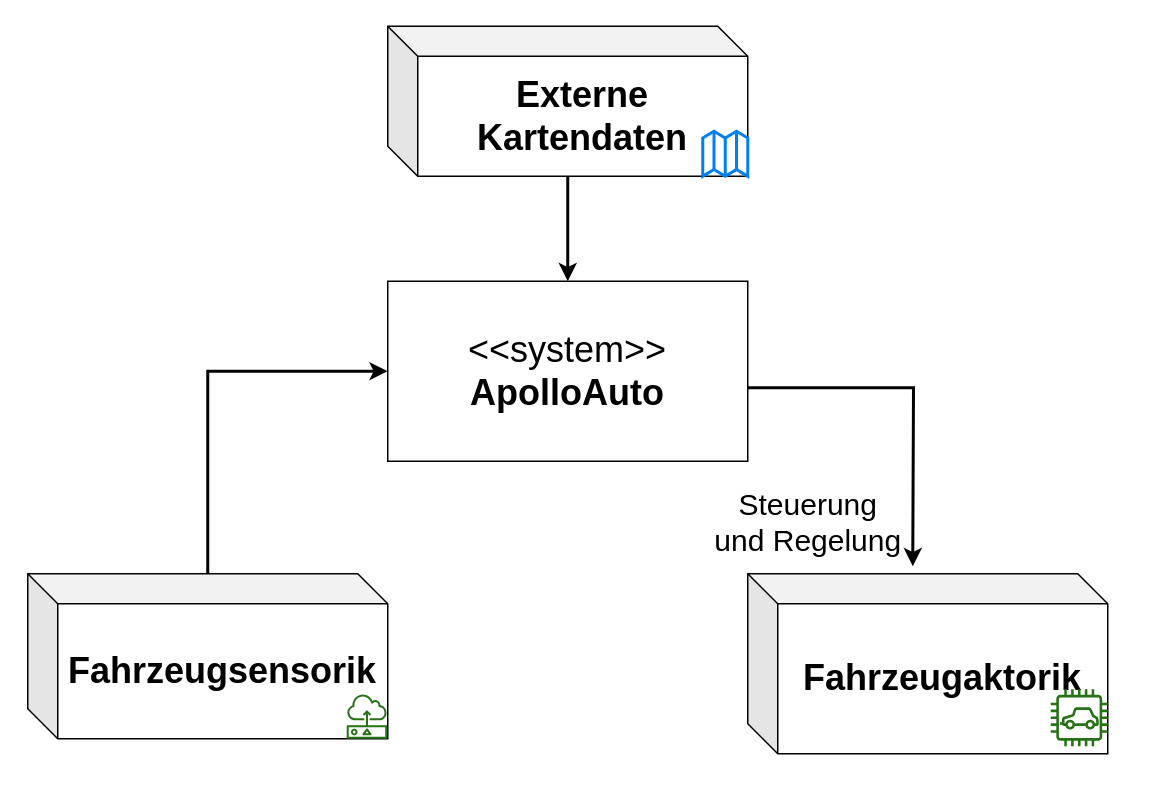
The draw.io diagram images/Fachlicher Kontext.drawio in Apollak11/arc42-asciidoc-apolloauto-SSIM, before the edit. Source tidied: cells renumbered, new cells numbered last; positions are measured from the earlier drawing's top-left corner, leaving out a move shared by most shapes. Both pictures are drawn from the tidied source at 150%, with x=0, y=0 at pixel (27, 26).
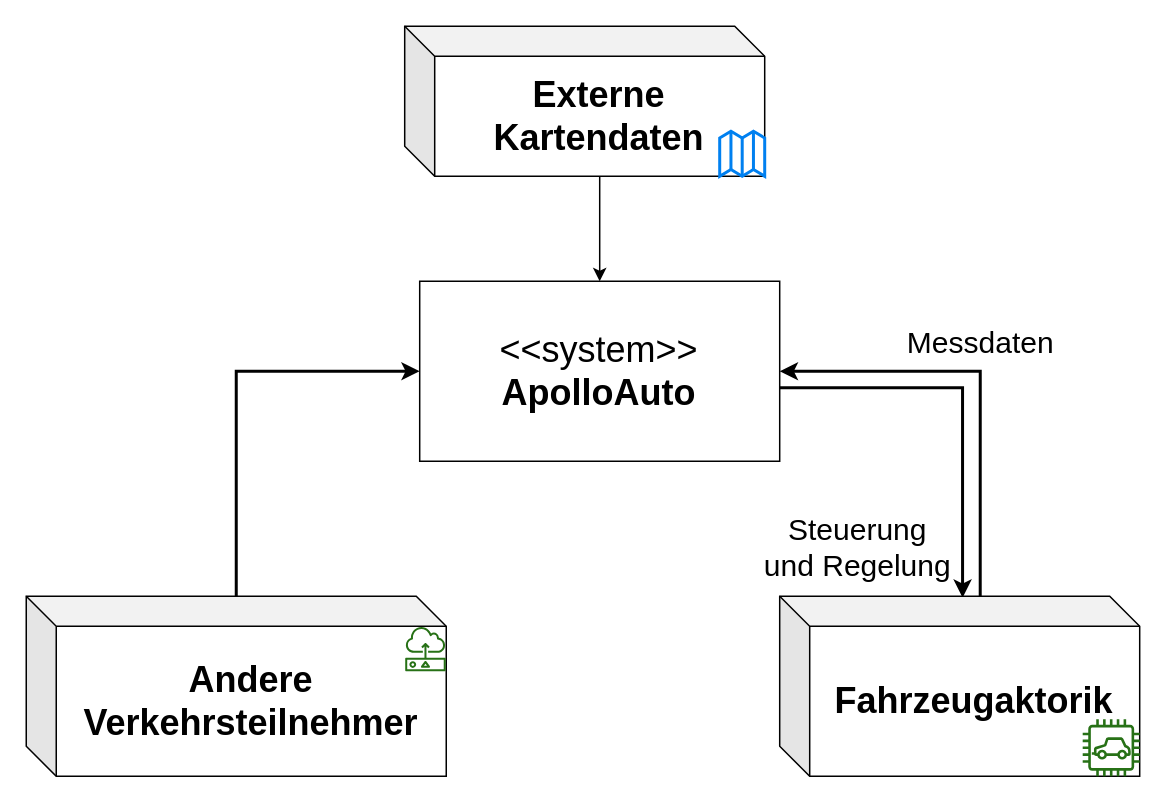
After the change.

Diff of the diagram source:
```diff
@@
 <mxGraphModel>
   <root>
     <mxCell id="0" />
     <mxCell id="1" parent="0" />
-    <mxCell id="2" value="&lt;div&gt;&lt;font style=&quot;font-size: 20px&quot;&gt;Steuerung &lt;br&gt;&lt;/font&gt;&lt;/div&gt;&lt;div&gt;&lt;font style=&quot;font-size: 20px&quot;&gt;und Regelung&lt;/font&gt;&lt;/div&gt;" style="edgeStyle=orthogonalEdgeStyle;rounded=0;jettySize=auto;html=1;exitX=1;exitY=0.592;exitDx=0;exitDy=0;exitPerimeter=0;strokeWidth=2;" parent="1" edge="1" source="4">
-      <mxGeometry x="0.74" y="-70" relative="1" as="geometry">
-        <mxPoint x="590" y="360" as="targetPoint" />
-      </mxGeometry>
+    <mxCell id="2" value="&lt;div&gt;&lt;font style=&quot;font-size: 20px&quot;&gt;Steuerung &lt;br&gt;&lt;/font&gt;&lt;/div&gt;&lt;div&gt;&lt;font style=&quot;font-size: 20px&quot;&gt;und Regelung&lt;/font&gt;&lt;/div&gt;" style="edgeStyle=orthogonalEdgeStyle;rounded=0;jettySize=auto;html=1;exitX=1;exitY=0.592;exitDx=0;exitDy=0;exitPerimeter=0;strokeWidth=2;entryX=0.508;entryY=0.008;entryDx=0;entryDy=0;entryPerimeter=0;" parent="1" edge="1" source="4" target="5">
+      <mxGeometry x="0.74" y="-70" relative="1" as="geometry" />
     </mxCell>
     <mxCell id="3" style="edgeStyle=orthogonalEdgeStyle;rounded=0;jettySize=auto;html=1;exitX=0.5;exitY=0;exitDx=0;exitDy=0;strokeWidth=2;" parent="1" edge="1" source="4">
       <mxGeometry relative="1" as="geometry">
-        <mxPoint x="360" y="170" as="targetPoint" />
+        <mxPoint x="381.3" y="170" as="targetPoint" />
       </mxGeometry>
     </mxCell>
     <mxCell id="4" value="&lt;div style=&quot;font-size: 24px&quot;&gt;&lt;font style=&quot;font-size: 24px&quot;&gt;&amp;lt;&amp;lt;system&amp;gt;&amp;gt;&lt;/font&gt;&lt;/div&gt;&lt;div style=&quot;font-size: 24px&quot;&gt;&lt;font style=&quot;font-size: 24px&quot;&gt;&lt;b&gt;ApolloAuto&lt;/b&gt;&lt;br&gt;&lt;/font&gt;&lt;/div&gt;" style="rounded=0;whiteSpace=wrap;html=1;" parent="1" vertex="1">
-      <mxGeometry x="240" y="170" width="240" height="120" as="geometry" />
+      <mxGeometry x="261.3" y="170" width="240" height="120" as="geometry" />
     </mxCell>
+    <mxCell id="13" value="&lt;font style=&quot;font-size: 20px&quot;&gt;Messdaten&lt;/font&gt;" style="edgeStyle=orthogonalEdgeStyle;rounded=0;jettySize=auto;html=1;entryX=1;entryY=0.5;entryDx=0;entryDy=0;exitX=0.557;exitY=0.008;exitDx=0;exitDy=0;exitPerimeter=0;strokeWidth=2;" parent="1" edge="1" source="5" target="4">
+      <mxGeometry x="0.06" y="-20" relative="1" as="geometry" />
+    </mxCell>
     <mxCell id="5" value="&lt;b&gt;&lt;font style=&quot;font-size: 24px&quot;&gt;Fahrzeugaktorik&lt;/font&gt;&lt;/b&gt;" style="shape=cube;whiteSpace=wrap;html=1;boundedLbl=1;backgroundOutline=1;darkOpacity=0.05;darkOpacity2=0.1;direction=east;" parent="1" vertex="1">
-      <mxGeometry x="480" y="365" width="240" height="120" as="geometry" />
+      <mxGeometry x="501.3" y="380" width="240" height="120" as="geometry" />
     </mxCell>
     <mxCell id="6" style="edgeStyle=orthogonalEdgeStyle;rounded=0;jettySize=auto;html=1;entryX=0;entryY=0.5;entryDx=0;entryDy=0;strokeWidth=2;" parent="1" edge="1" source="7" target="4">
       <mxGeometry relative="1" as="geometry" />
     </mxCell>
-    <mxCell id="7" value="&lt;b&gt;&lt;font style=&quot;font-size: 24px&quot;&gt;Fahrzeugsensorik&lt;/font&gt;&lt;/b&gt;" style="shape=cube;whiteSpace=wrap;html=1;boundedLbl=1;backgroundOutline=1;darkOpacity=0.05;darkOpacity2=0.1;direction=east;" parent="1" vertex="1">
-      <mxGeometry y="365" width="240" height="110" as="geometry" />
+    <mxCell id="7" value="&lt;font style=&quot;font-size: 24px&quot;&gt;&lt;b&gt;Andere Verkehrsteilnehmer&lt;br&gt;&lt;/b&gt;&lt;/font&gt;" style="shape=cube;whiteSpace=wrap;html=1;boundedLbl=1;backgroundOutline=1;darkOpacity=0.05;darkOpacity2=0.1;direction=east;" parent="1" vertex="1">
+      <mxGeometry x="-1" y="380" width="280" height="120" as="geometry" />
     </mxCell>
-    <mxCell id="8" style="edgeStyle=orthogonalEdgeStyle;rounded=0;jettySize=auto;html=1;strokeWidth=2;" parent="1" edge="1" source="9" target="4">
+    <mxCell id="8" style="edgeStyle=orthogonalEdgeStyle;rounded=0;jettySize=auto;html=1;exitX=0;exitY=0;exitDx=130;exitDy=100;exitPerimeter=0;entryX=0.5;entryY=0;entryDx=0;entryDy=0;" parent="1" edge="1" source="9" target="4">
       <mxGeometry relative="1" as="geometry" />
     </mxCell>
     <mxCell id="9" value="&lt;b&gt;&lt;font style=&quot;font-size: 24px&quot;&gt;Externe Kartendaten&lt;br&gt;&lt;/font&gt;&lt;/b&gt;" style="shape=cube;whiteSpace=wrap;html=1;boundedLbl=1;backgroundOutline=1;darkOpacity=0.05;darkOpacity2=0.1;direction=east;" parent="1" vertex="1">
-      <mxGeometry x="240" width="240" height="100" as="geometry" />
+      <mxGeometry x="251.3" width="240" height="100" as="geometry" />
     </mxCell>
     <mxCell id="10" style="html=1;verticalLabelPosition=bottom;align=center;labelBackgroundColor=#ffffff;verticalAlign=top;strokeWidth=2;strokeColor=#0080F0;shadow=0;dashed=0;shape=mxgraph.ios7.icons.map;" parent="1" vertex="1">
-      <mxGeometry x="450" y="70" width="30" height="30" as="geometry" />
+      <mxGeometry x="461.3" y="70" width="30" height="30" as="geometry" />
     </mxCell>
     <mxCell id="11" style="fontColor=#232F3E;gradientColor=none;fillColor=#277116;strokeColor=none;dashed=0;verticalLabelPosition=bottom;verticalAlign=top;align=center;html=1;fontSize=12;fontStyle=0;shape=mxgraph.aws4.car;" parent="1" vertex="1">
-      <mxGeometry x="682" y="442" width="38" height="38" as="geometry" />
+      <mxGeometry x="703.3" y="462" width="38" height="38" as="geometry" />
     </mxCell>
     <mxCell id="12" style="fontColor=#232F3E;gradientColor=none;fillColor=#277116;strokeColor=none;dashed=0;verticalLabelPosition=bottom;verticalAlign=top;align=center;html=1;fontSize=12;fontStyle=0;shape=mxgraph.aws4.sensor;" parent="1" vertex="1">
-      <mxGeometry x="212.3" y="445" width="27.7" height="30" as="geometry" />
+      <mxGeometry x="251.3" y="400" width="27.7" height="30" as="geometry" />
     </mxCell>
   </root>
 </mxGraphModel>
```
